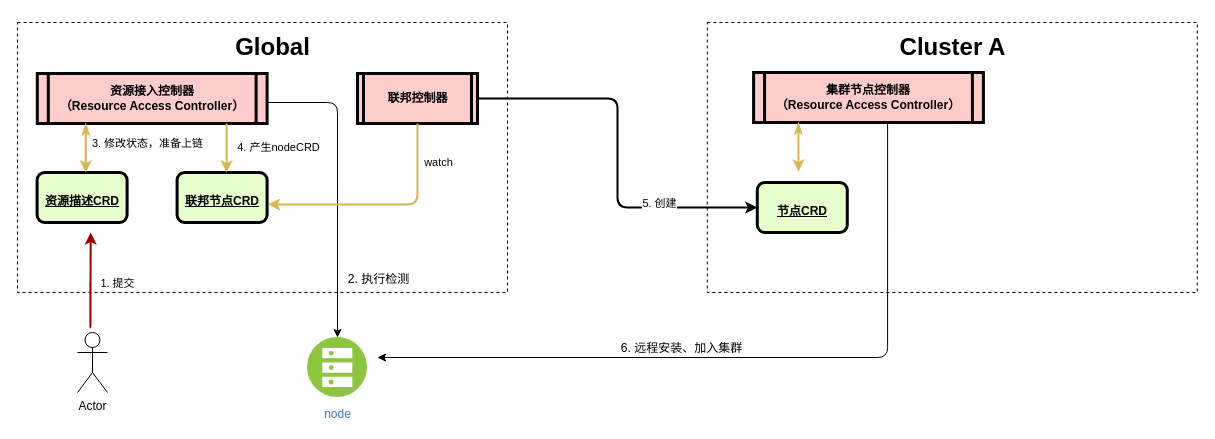
ssider/system_designs keeps this draw.io diagram as remote_add_node.drawio. Above is the earlier version. Source tidied: cells renumbered, new cells numbered last; positions are measured from the earlier drawing's top-left corner, leaving out a move shared by most shapes. Both pictures are drawn from the tidied source at 100%, with x=0, y=0 at pixel (17, 22).
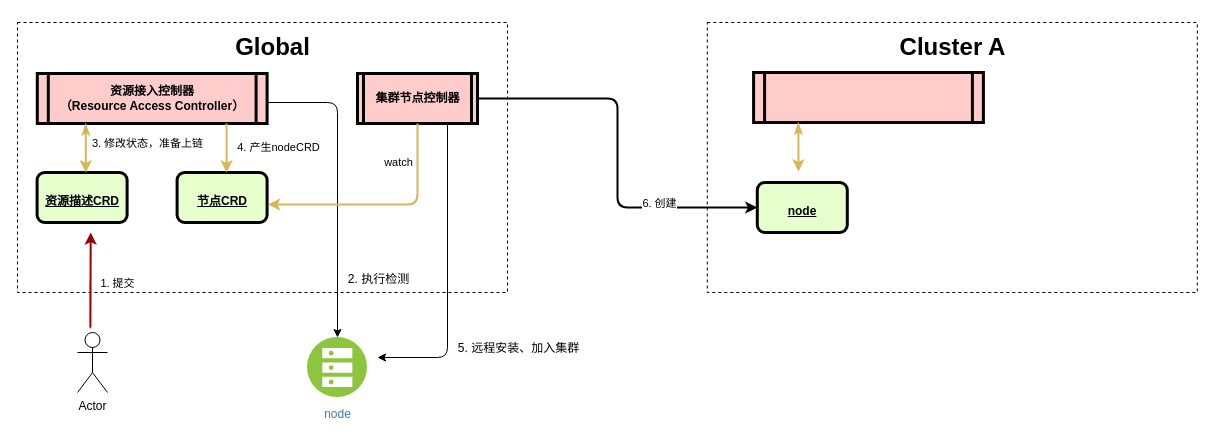
After the change.

The change refers to these unchanged cells:
```xml
<mxCell id="18" style="edgeStyle=segmentEdgeStyle;endArrow=classic;html=1;exitX=0.5;exitY=1;exitDx=0;exitDy=0;entryX=1.011;entryY=0.64;entryDx=0;entryDy=0;entryPerimeter=0;fillColor=#fff2cc;strokeColor=#d6b656;strokeWidth=2;" parent="1" edge="1" source="16" target="4">
  <mxGeometry relative="1" as="geometry">
    <Array as="points">
      <mxPoint x="400" y="182" />
    </Array>
  </mxGeometry>
</mxCell>
<mxCell id="20" style="rounded=0;whiteSpace=wrap;html=1;dashed=1;" parent="1" vertex="1">
  <mxGeometry x="689.8" width="490" height="270" as="geometry" />
</mxCell>
<mxCell id="27" style="edgeStyle=elbowEdgeStyle;elbow=horizontal;endArrow=classic;html=1;strokeWidth=2;exitX=1;exitY=0.5;exitDx=0;exitDy=0;entryX=0;entryY=0.5;entryDx=0;entryDy=0;" parent="1" edge="1" source="16" target="22">
  <mxGeometry relative="1" as="geometry" />
</mxCell>
```

Diff of the diagram source:
```diff
@@
-    <mxCell id="4" value="&lt;p style=&quot;margin: 0px ; margin-top: 4px ; text-align: center ; text-decoration: underline&quot;&gt;&lt;br&gt;&lt;/p&gt;&lt;p style=&quot;margin: 0px ; margin-top: 4px ; text-align: center ; text-decoration: underline&quot;&gt;联邦节点CRD&lt;/p&gt;" style="verticalAlign=middle;align=center;overflow=fill;fontSize=12;fontFamily=Helvetica;html=1;rounded=1;fontStyle=1;strokeWidth=3;fillColor=#E6FFCC;" parent="1" vertex="1">
+    <mxCell id="4" value="&lt;p style=&quot;margin: 0px ; margin-top: 4px ; text-align: center ; text-decoration: underline&quot;&gt;&lt;br&gt;&lt;/p&gt;&lt;p style=&quot;margin: 0px ; margin-top: 4px ; text-align: center ; text-decoration: underline&quot;&gt;节点CRD&lt;/p&gt;" style="verticalAlign=middle;align=center;overflow=fill;fontSize=12;fontFamily=Helvetica;html=1;rounded=1;fontStyle=1;strokeWidth=3;fillColor=#E6FFCC;" parent="1" vertex="1">
       <mxGeometry x="159.6" y="150" width="90" height="50" as="geometry" />
     </mxCell>
@@
-    <mxCell id="16" value="联邦控制器" style="shape=process;whiteSpace=wrap;align=center;verticalAlign=middle;size=0.0475;fontStyle=1;strokeWidth=3;fillColor=#FFCCCC;" parent="1" vertex="1">
+    <mxCell id="16" value="集群节点控制器" style="shape=process;whiteSpace=wrap;align=center;verticalAlign=middle;size=0.0475;fontStyle=1;strokeWidth=3;fillColor=#FFCCCC;" parent="1" vertex="1">
       <mxGeometry x="340" y="51" width="120" height="50" as="geometry" />
     </mxCell>
@@
     <mxCell id="19" value="watch" style="edgeLabel;html=1;align=center;verticalAlign=middle;" parent="18" vertex="1">
       <mxGeometry x="-0.72" y="-3" relative="1" as="geometry">
-        <mxPoint x="23" y="6" as="offset" />
+        <mxPoint x="-17" y="6.1" as="offset" />
       </mxGeometry>
     </mxCell>
@@
-    <mxCell id="22" value="&lt;p style=&quot;margin: 0px ; margin-top: 4px ; text-align: center ; text-decoration: underline&quot;&gt;&lt;br&gt;&lt;/p&gt;&lt;p style=&quot;margin: 0px ; margin-top: 4px ; text-align: center ; text-decoration: underline&quot;&gt;节点CRD&lt;/p&gt;" style="verticalAlign=middle;align=center;overflow=fill;fontSize=12;fontFamily=Helvetica;html=1;rounded=1;fontStyle=1;strokeWidth=3;fillColor=#E6FFCC;" parent="1" vertex="1">
+    <mxCell id="22" value="&lt;p style=&quot;margin: 0px ; margin-top: 4px ; text-align: center ; text-decoration: underline&quot;&gt;&lt;br&gt;&lt;/p&gt;&lt;p style=&quot;margin: 0px ; margin-top: 4px ; text-align: center ; text-decoration: underline&quot;&gt;node&lt;/p&gt;&lt;p style=&quot;margin: 0px ; margin-top: 4px ; text-align: center ; text-decoration: underline&quot;&gt;&lt;br&gt;&lt;/p&gt;" style="verticalAlign=middle;align=center;overflow=fill;fontSize=12;fontFamily=Helvetica;html=1;rounded=1;fontStyle=1;strokeWidth=3;fillColor=#E6FFCC;" parent="1" vertex="1">
       <mxGeometry x="739.8" y="160" width="90" height="50" as="geometry" />
     </mxCell>
-    <mxCell id="23" value="集群节点控制器&#10;（Resource Access Controller）" style="shape=process;whiteSpace=wrap;align=center;verticalAlign=middle;size=0.0475;fontStyle=1;strokeWidth=3;fillColor=#FFCCCC;" parent="1" vertex="1">
+    <mxCell id="23" style="shape=process;whiteSpace=wrap;align=center;verticalAlign=middle;size=0.0475;fontStyle=1;strokeWidth=3;fillColor=#FFCCCC;" parent="1" vertex="1">
       <mxGeometry x="736.1" y="50" width="229.8" height="50" as="geometry" />
     </mxCell>
@@
-    <mxCell id="25" style="edgeStyle=segmentEdgeStyle;endArrow=classic;html=1;strokeWidth=1;exitX=0.368;exitY=0.37;exitDx=0;exitDy=0;exitPerimeter=0;" parent="1" edge="1" source="20">
+    <mxCell id="25" style="edgeStyle=segmentEdgeStyle;endArrow=classic;html=1;strokeWidth=1;exitX=0.75;exitY=1;exitDx=0;exitDy=0;" parent="1" edge="1" source="16">
       <mxGeometry relative="1" as="geometry">
         <mxPoint x="360" y="335" as="targetPoint" />
         <Array as="points">
-          <mxPoint x="870" y="335" />
+          <mxPoint x="430" y="335" />
         </Array>
       </mxGeometry>
     </mxCell>
-    <mxCell id="26" value="6. 远程安装、加入集群" style="text;html=1;align=center;verticalAlign=middle;labelBackgroundColor=#ffffff;" parent="25" vertex="1">
+    <mxCell id="26" value="5. 远程安装、加入集群" style="text;html=1;align=center;verticalAlign=middle;labelBackgroundColor=#ffffff;" parent="25" vertex="1">
       <mxGeometry x="0.42" y="-1" relative="1" as="geometry">
-        <mxPoint x="87.5" y="-9" as="offset" />
+        <mxPoint x="71" y="8.7" as="offset" />
       </mxGeometry>
     </mxCell>
@@
-    <mxCell id="28" value="5. 创建" style="edgeLabel;html=1;align=center;verticalAlign=middle;" parent="27" vertex="1">
+    <mxCell id="28" value="6. 创建" style="edgeLabel;html=1;align=center;verticalAlign=middle;" parent="27" vertex="1">
       <mxGeometry x="0.49" y="5" relative="1" as="geometry" />
     </mxCell>
```
